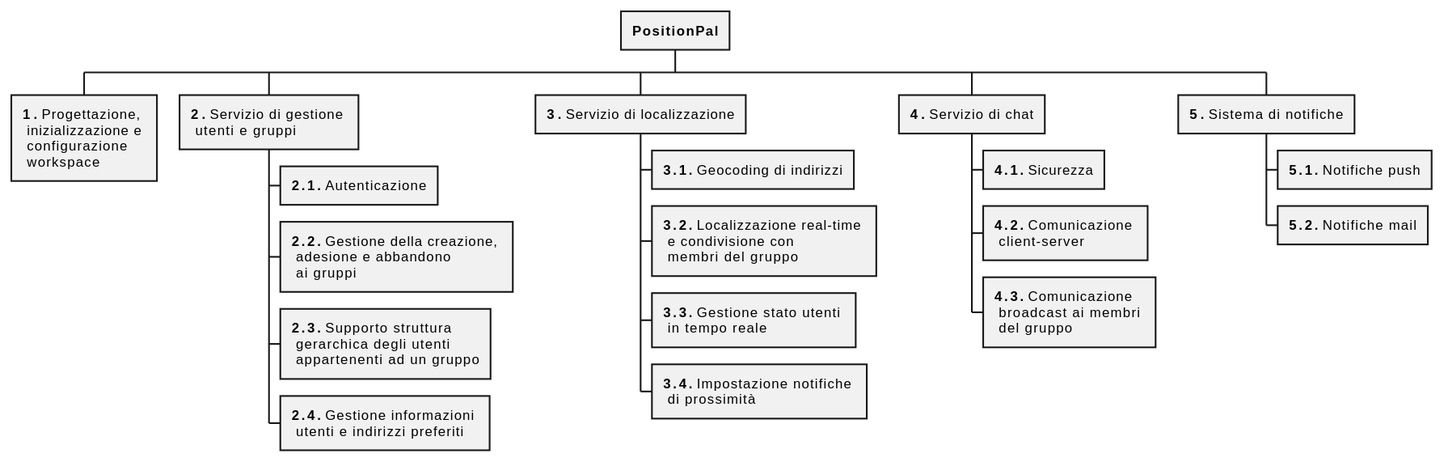
The PlantUML diagram res/rbs.svg in position-pal/PM-report, before a commit.
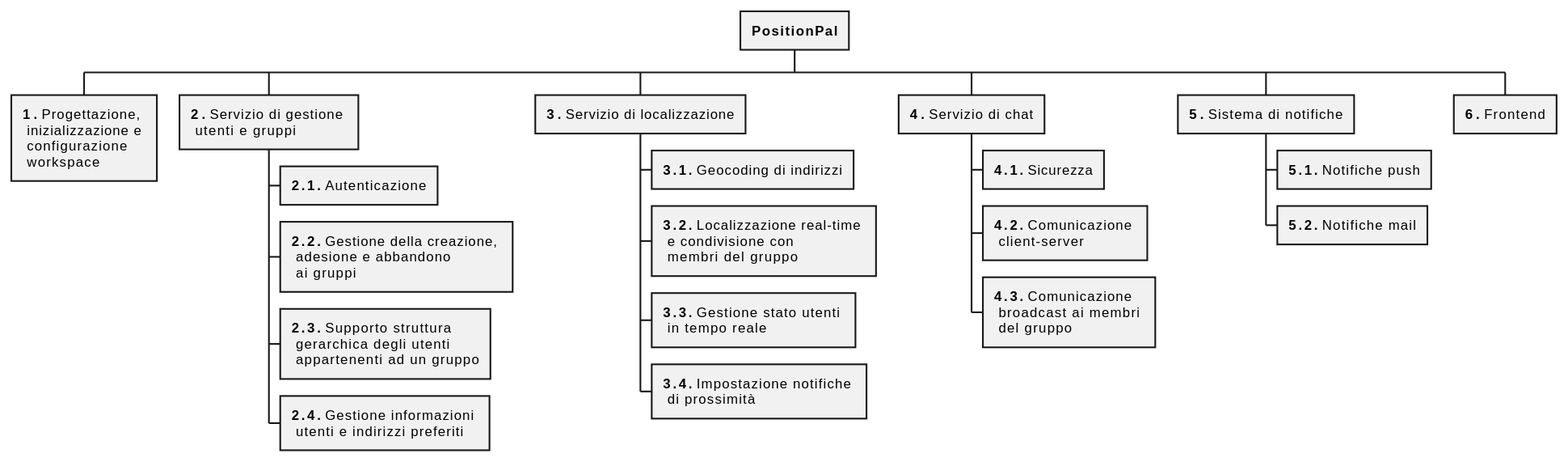
Later version of the same file.

What changed in the source:
```diff
@@ -24,4 +24,6 @@
 ++ **5.** Sistema di notifiche
 +++ **5.1.** Notifiche push
 +++ **5.2.** Notifiche mail
+
+++ **6.** Frontend
 @endwbs
```
